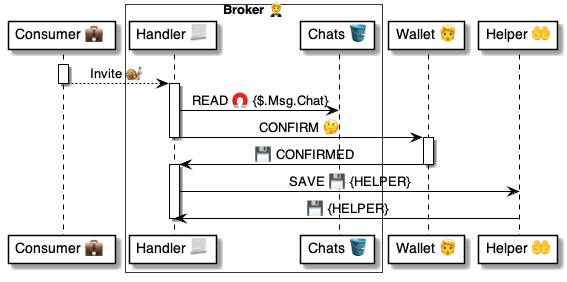
The PlantUML diagram 4 ⚙️ Solution/20 🧑‍🦰 UI/Brokers 🤵/🤵🪣 Broker tables/Invites 🤲 table/🪣 Invites/🤵 Broker.Invites ⚙️ uml.png in pollyweb-org/pollyweb-docs, before a commit. Its source is kept beside it as 4 ⚙️ Solution/20 🧑‍🦰 UI/Brokers 🤵/🤵🪣 Broker tables/Invites 🤲 table/🪣 Invites/🤵 Broker.Invites ⚙️ uml.puml.
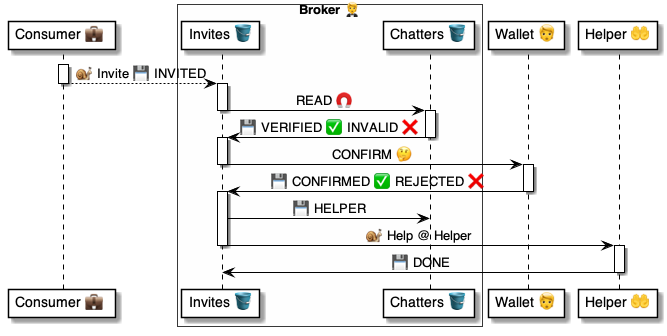
The same diagram one commit later.

Diff of the diagram source:
```diff
@@ -2,29 +2,41 @@
 
 participant "Consumer 💼 " as host
 box "Broker 🤵" #FFFFFA
-    participant "Handler 📃" as broker
-    participant "Chats 🪣" as chats
+    participant "Invites 🪣" as broker
+    participant "Chatters 🪣" as chatters
 end box
 participant "Wallet 🧑" as user
 participant "Helper 🤲" as helper
 
 
 activate host
-    host --> broker: Invite 🐌
+    host --> broker: 🐌 Invite 💾 INVITED
 deactivate host
 
 activate broker
-    broker -> chats: READ 🧲 {$.Msg.Chat}
+    broker -> chatters: READ 🧲
+deactivate broker
+
+activate chatters
+    chatters -> broker: 💾 VERIFIED ✅ INVALID ❌
+deactivate chatters
+
+activate broker
     broker -> user: CONFIRM 🤔
 deactivate broker
 
 activate user
-    user -> broker: 💾 CONFIRMED
+    user -> broker: 💾 CONFIRMED ✅ REJECTED ❌
 deactivate user
 
 activate broker
-    broker -> helper: SAVE 💾 {HELPER}
-    helper -> broker: 💾 {HELPER}
+    broker -> chatters: 💾 HELPER
+    broker -> helper: 🐌 Help @ Helper
 deactivate broker
 
+activate helper
+    helper -> broker: 💾 DONE
+deactivate helper
+
+
 @enduml
```
